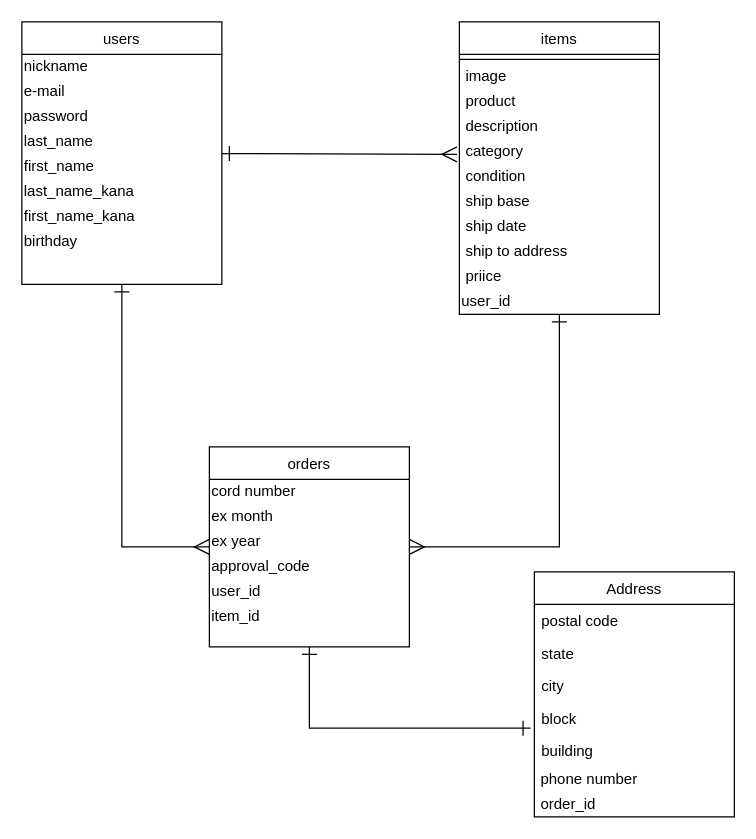
This is furima-35242.dio from putaro1222/furima-35242, a draw.io file, before an edit. Source tidied: cells renumbered, new cells numbered last; positions are measured from the earlier drawing's top-left corner, leaving out a move shared by most shapes. Both pictures are drawn from the tidied source at 125%, with x=0, y=0 at pixel (21, 21).
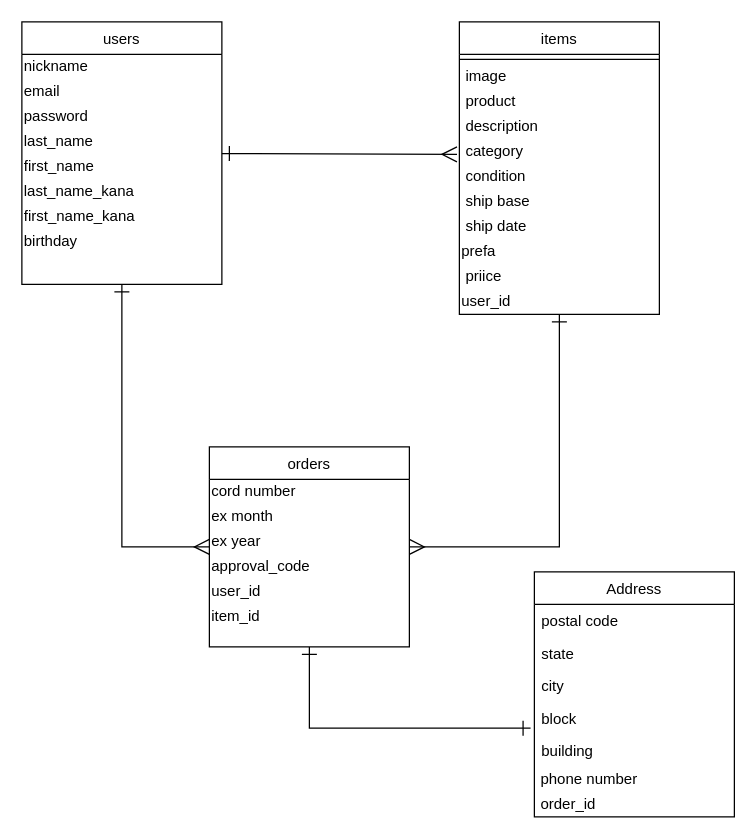
Above is the later version.

Commit message (it also covers changes not shown here):
ER図、READMEの修正

Unchanged cells that the change refers to:
```xml
<mxCell id="4" value="users" style="swimlane;fontStyle=0;align=center;verticalAlign=top;horizontal=1;startSize=26;rounded=0;shadow=0;strokeWidth=1;" parent="1" vertex="1">
  <mxGeometry width="160" height="210" as="geometry" />
</mxCell>
<mxCell id="22" value="items" style="swimlane;fontStyle=0;align=center;verticalAlign=top;horizontal=1;startSize=26;rounded=0;shadow=0;strokeWidth=1;" parent="1" vertex="1">
  <mxGeometry x="350" width="160" height="234" as="geometry" />
</mxCell>
```

Diff of the diagram source:
```diff
@@
-    <mxCell id="6" value="e-mail" style="text;html=1;align=left;verticalAlign=middle;fontFamily=Helvetica;" parent="4" vertex="1">
+    <mxCell id="6" value="email" style="text;html=1;align=left;verticalAlign=middle;fontFamily=Helvetica;" parent="4" vertex="1">
       <mxGeometry y="46" width="160" height="20" as="geometry" />
     </mxCell>
@@
-    <mxCell id="31" value="&amp;nbsp;ship to address" style="text;html=1;align=left;verticalAlign=middle;fontFamily=Helvetica;" parent="22" vertex="1">
+    <mxCell id="31" value="prefa" style="text;html=1;align=left;verticalAlign=middle;fontFamily=Helvetica;" parent="22" vertex="1">
       <mxGeometry y="174" width="160" height="20" as="geometry" />
     </mxCell>
```
